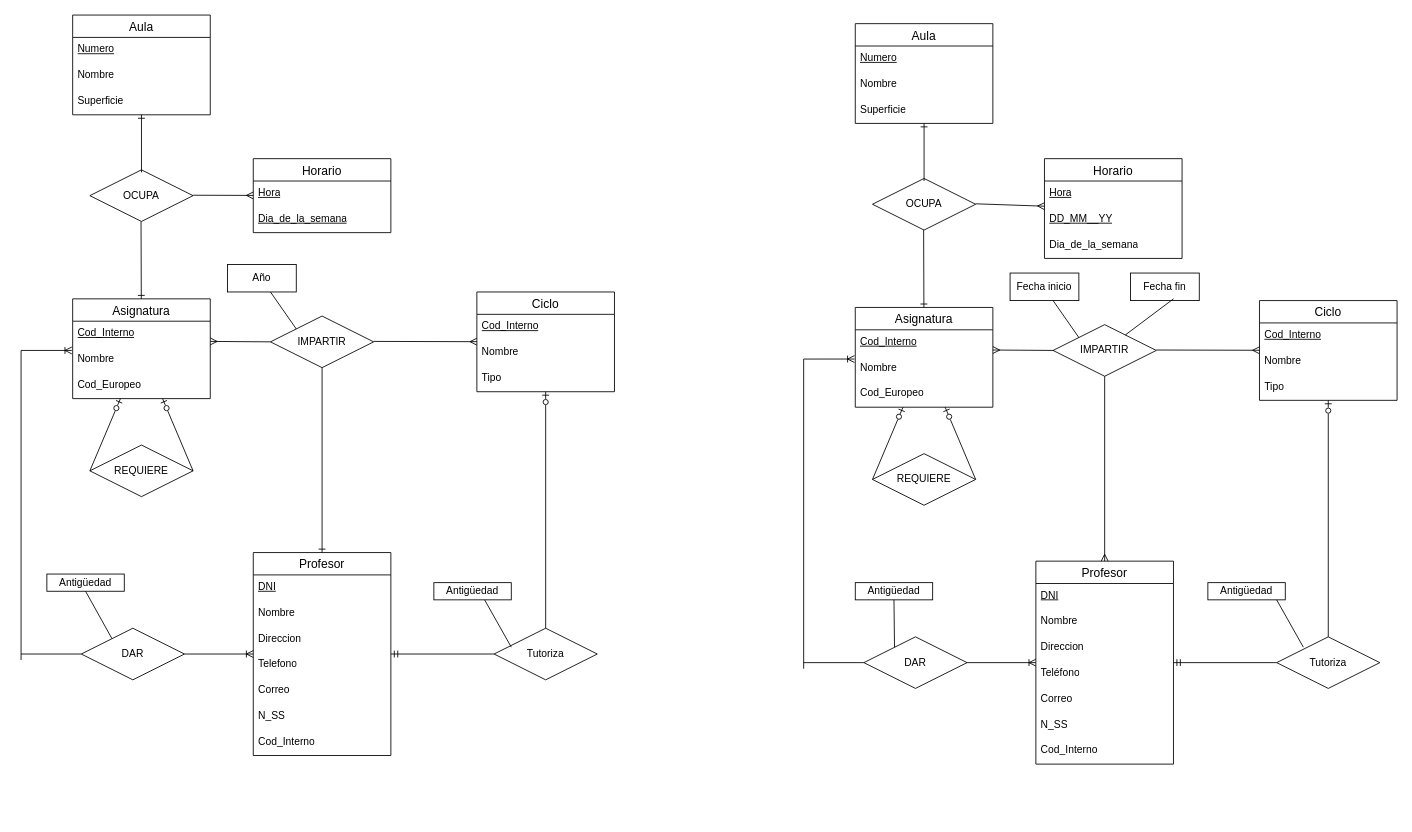
This is TA12Ej17.drawio from AlejandroCara/acr-tsys-modeloER-drawio-1110, a draw.io file, before an edit. Source tidied: cells renumbered, new cells numbered last; positions are measured from the earlier drawing's top-left corner, leaving out a move shared by most shapes. Both pictures are drawn from the tidied source at 86%, with x=0, y=0 at pixel (21, 15).
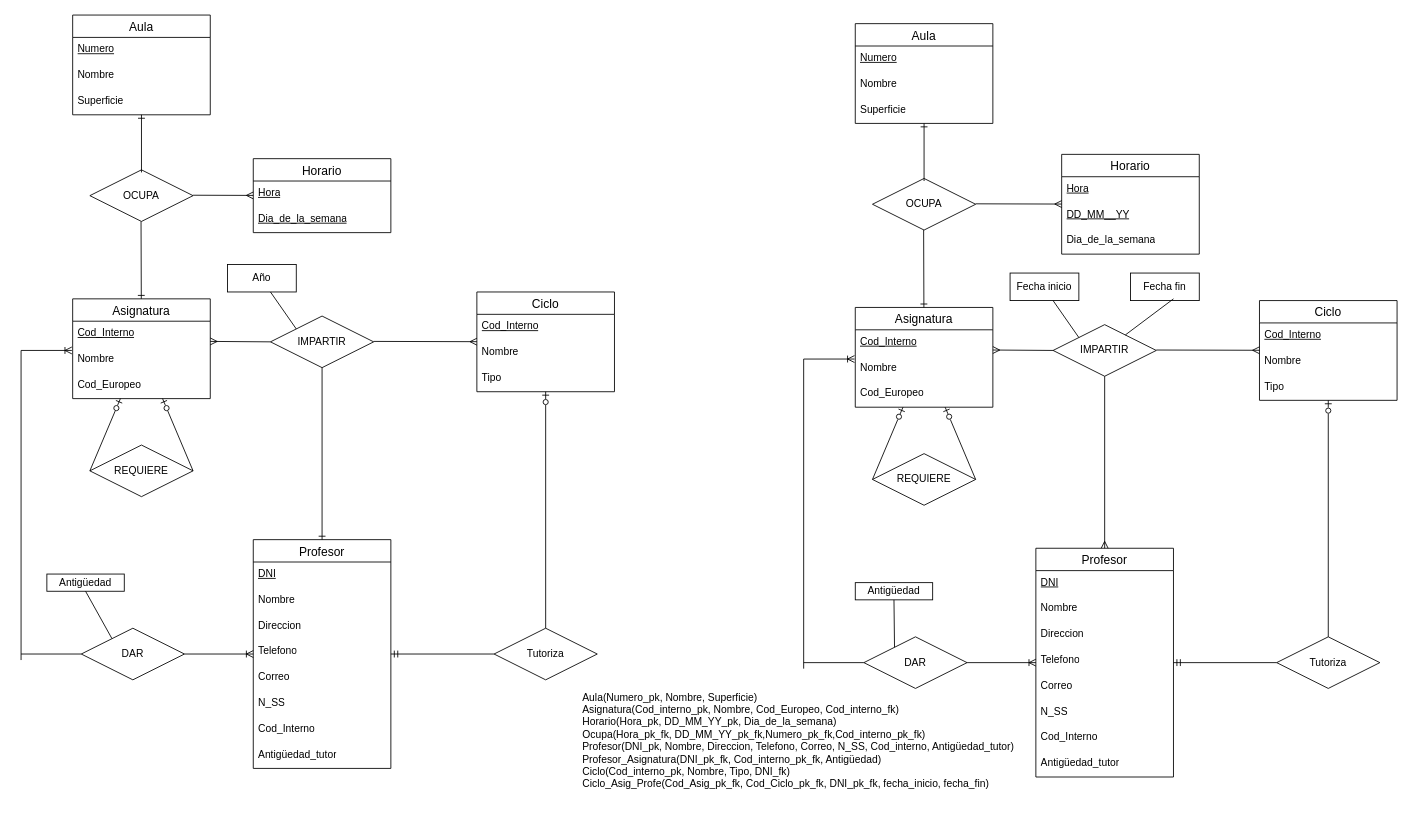
Above is the later version.

Commit message:
Modelo Relacional TA12Ej17.drawio

Change to the diagram source:
```diff
@@
     <mxCell id="27" value="Profesor" style="swimlane;fontStyle=0;horizontal=1;startSize=26;align=center;fontSize=14;" parent="1" vertex="1">
-      <mxGeometry x="270" y="625" width="160" height="236" as="geometry" />
+      <mxGeometry x="270" y="610" width="160" height="266" as="geometry" />
     </mxCell>
@@
+    <mxCell id="101" value="Antigüedad_tutor" style="text;strokeColor=none;fillColor=none;spacingLeft=4;spacingRight=4;overflow=hidden;fontSize=12;whiteSpace=wrap;html=1;" parent="27" vertex="1">
+      <mxGeometry y="236" width="160" height="30" as="geometry" />
+    </mxCell>
@@
     <mxCell id="52" value="Horario" style="swimlane;fontStyle=0;horizontal=1;startSize=26;align=center;fontSize=14;" parent="1" vertex="1">
-      <mxGeometry x="1190" y="167" width="160" height="116" as="geometry" />
+      <mxGeometry x="1210" y="162" width="160" height="116" as="geometry" />
     </mxCell>
@@
     <mxCell id="74" value="Profesor" style="swimlane;fontStyle=0;horizontal=1;startSize=26;align=center;fontSize=14;" parent="1" vertex="1">
-      <mxGeometry x="1180" y="635" width="160" height="236" as="geometry" />
+      <mxGeometry x="1180" y="620" width="160" height="266" as="geometry" />
     </mxCell>
@@
-    <mxCell id="78" value="Teléfono" style="text;strokeColor=none;fillColor=none;spacingLeft=4;spacingRight=4;overflow=hidden;fontSize=12;whiteSpace=wrap;html=1;" parent="74" vertex="1">
+    <mxCell id="78" value="Telefono" style="text;strokeColor=none;fillColor=none;spacingLeft=4;spacingRight=4;overflow=hidden;fontSize=12;whiteSpace=wrap;html=1;" parent="74" vertex="1">
       <mxGeometry y="116" width="160" height="30" as="geometry" />
     </mxCell>
@@
+    <mxCell id="102" value="Antigüedad_tutor" style="text;strokeColor=none;fillColor=none;spacingLeft=4;spacingRight=4;overflow=hidden;fontSize=12;whiteSpace=wrap;html=1;" parent="74" vertex="1">
+      <mxGeometry y="236" width="160" height="30" as="geometry" />
+    </mxCell>
@@
-    <mxCell id="97" value="Antigüedad" style="whiteSpace=wrap;html=1;align=center;" parent="1" vertex="1">
-      <mxGeometry x="480" y="660" width="90" height="20" as="geometry" />
-    </mxCell>
-    <mxCell id="98" style="endArrow=none;html=1;rounded=0;entryX=0.5;entryY=1;entryDx=0;entryDy=0;exitX=0.297;exitY=0.2;exitDx=0;exitDy=0;exitPerimeter=0;" parent="1" edge="1">
-      <mxGeometry relative="1" as="geometry">
-        <mxPoint x="570" y="735" as="sourcePoint" />
-        <mxPoint x="539" y="680" as="targetPoint" />
-      </mxGeometry>
-    </mxCell>
-    <mxCell id="99" value="Antigüedad" style="whiteSpace=wrap;html=1;align=center;" parent="1" vertex="1">
-      <mxGeometry x="1380" y="660" width="90" height="20" as="geometry" />
-    </mxCell>
-    <mxCell id="100" style="endArrow=none;html=1;rounded=0;entryX=0.5;entryY=1;entryDx=0;entryDy=0;exitX=0.297;exitY=0.2;exitDx=0;exitDy=0;exitPerimeter=0;" parent="1" edge="1">
-      <mxGeometry relative="1" as="geometry">
-        <mxPoint x="1491" y="735" as="sourcePoint" />
-        <mxPoint x="1460" y="680" as="targetPoint" />
-      </mxGeometry>
-    </mxCell>
+    <mxCell id="103" value="&lt;div align=&quot;left&quot;&gt;Aula(Numero_pk, Nombre, Superficie)&lt;/div&gt;&lt;div align=&quot;left&quot;&gt;Asignatura(Cod_interno_pk, Nombre, Cod_Europeo, Cod_interno_fk)&lt;/div&gt;&lt;div align=&quot;left&quot;&gt;Horario(Hora_pk, DD_MM_YY_pk, Dia_de_la_semana)&lt;/div&gt;&lt;div align=&quot;left&quot;&gt;Ocupa(Hora_pk_fk, DD_MM_YY_pk_fk,Numero_pk_fk,Cod_interno_pk_fk)&lt;/div&gt;&lt;div align=&quot;left&quot;&gt;Profesor(DNI_pk, Nombre, Direccion, Telefono, Correo, N_SS, Cod_interno, Antigüedad_tutor)&lt;br&gt;&lt;/div&gt;&lt;div&gt;Profesor_Asignatura(DNI_pk_fk, Cod_interno_pk_fk, Antigüedad)&lt;/div&gt;&lt;div&gt;Ciclo(Cod_interno_pk, Nombre, Tipo, DNI_fk)&lt;/div&gt;&lt;div&gt;Ciclo_Asig_Profe(Cod_Asig_pk_fk, Cod_Ciclo_pk_fk, DNI_pk_fk, fecha_inicio, fecha_fin)&lt;/div&gt;&lt;div&gt;&lt;br&gt;&lt;/div&gt;&lt;div&gt;&amp;nbsp;&lt;br&gt;&lt;/div&gt;" style="text;html=1;strokeColor=none;fillColor=none;align=left;verticalAlign=middle;whiteSpace=wrap;rounded=0;" parent="1" vertex="1">
+      <mxGeometry x="651" y="783" width="579" height="150" as="geometry" />
+    </mxCell>
```
